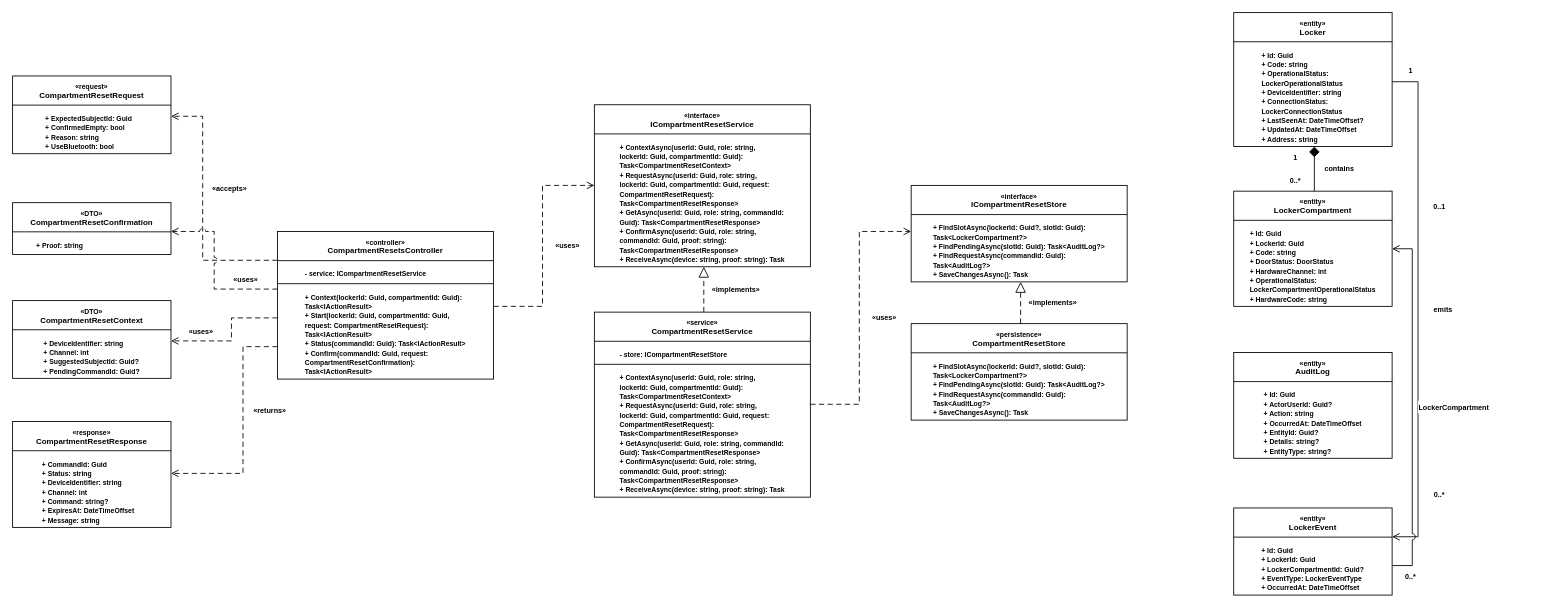
Earlier version of the draw.io diagram page "3.5.10 Safely Reset Locker Compartment - Class Diagram" (10 of 31) of RP4/drawio/RP4-3.5.drawio (se-05-sdlms/smart-locking-diagram). Source tidied: cells renumbered, new cells numbered last; positions are measured from the earlier drawing's top-left corner, leaving out a move shared by most shapes. Both pictures are drawn from the tidied source at 72%, with x=0, y=0 at pixel (12, 12).
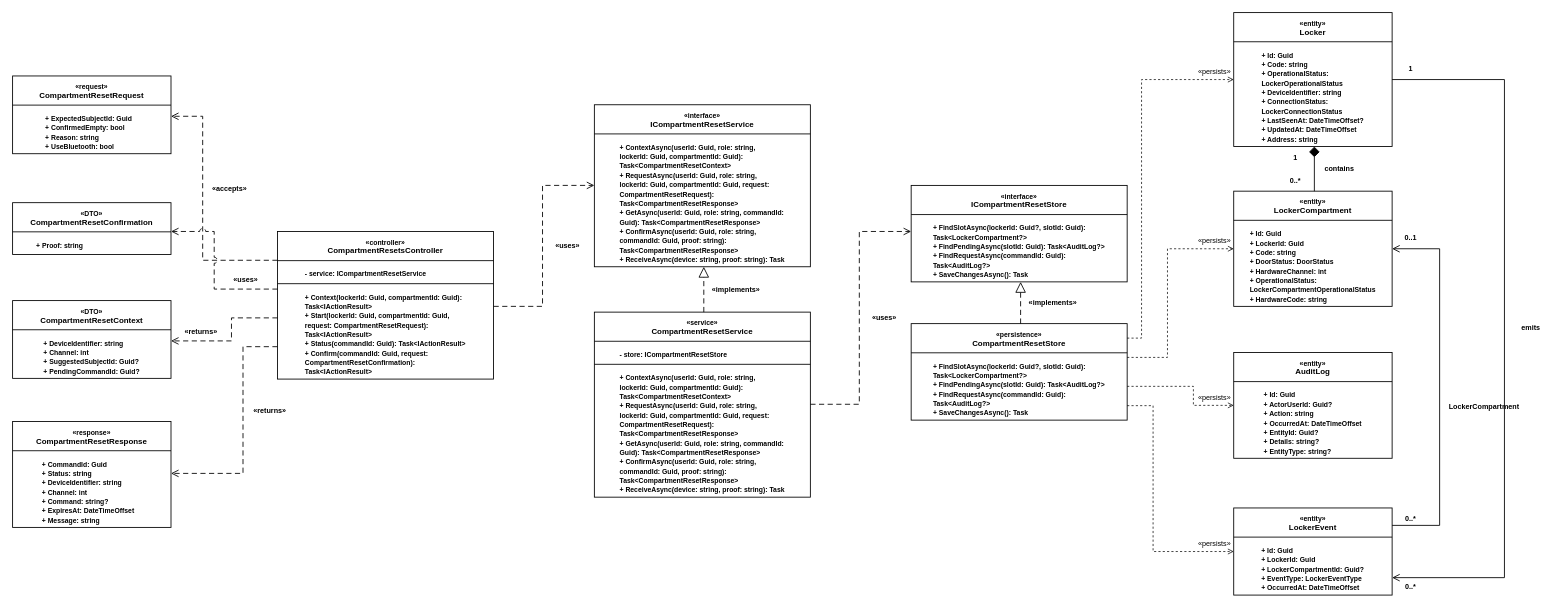
After the change.

Unchanged cells that the change refers to:
```xml
<mxCell id="6" value="&lt;div style=&quot;display:block;width:100%;text-align:center;padding:5px 0 6px;margin:0;height:29px;box-sizing:border-box&quot;&gt;&lt;b style=&quot;font-size:9.5px&quot;&gt;«persistence»&lt;/b&gt;&lt;br&gt;&lt;b style=&quot;font-size:11px&quot;&gt;CompartmentResetStore&lt;/b&gt;&lt;/div&gt;&lt;div style=&quot;height:11px&quot;&gt;&lt;/div&gt;&lt;div style=&quot;height:94px;box-sizing:border-box;padding:8px 8px 4px;margin:0;line-height:13px;font-size:9.5px;font-family:Arial,sans-serif;font-weight:bold;white-space:normal;text-align:left&quot;&gt;+ FindSlotAsync(lockerId: Guid?, slotId: Guid):&lt;br&gt;  Task&amp;lt;LockerCompartment?&amp;gt;&lt;br&gt;+ FindPendingAsync(slotId: Guid): Task&amp;lt;AuditLog?&amp;gt;&lt;br&gt;+ FindRequestAsync(commandId: Guid):&lt;br&gt;  Task&amp;lt;AuditLog?&amp;gt;&lt;br&gt;+ SaveChangesAsync(): Task&lt;/div&gt;" style="html=1;whiteSpace=wrap;fontFamily=Arial;fontSize=14;fontColor=#000000;shadow=0;whiteSpace=wrap;html=1;align=center;verticalAlign=top;spacing=0;spacingLeft=0;spacingRight=0;spacingTop=0;spacingBottom=0;fillColor=#FFFFFF;strokeColor=#000000;strokeWidth=1.2;fontColor=#000000;fontSize=9.5;fontFamily=Arial;fontStyle=1;rounded=0;" parent="1" vertex="1">
  <mxGeometry x="1248" y="432" width="300" height="134" as="geometry" />
</mxCell>
<mxCell id="7" value="&lt;div style=&quot;display:block;width:100%;text-align:center;padding:5px 0 6px;margin:0;height:29px;box-sizing:border-box&quot;&gt;&lt;b style=&quot;font-size:9.5px&quot;&gt;«entity»&lt;/b&gt;&lt;br&gt;&lt;b style=&quot;font-size:11px&quot;&gt;Locker&lt;/b&gt;&lt;/div&gt;&lt;div style=&quot;height:11px&quot;&gt;&lt;/div&gt;&lt;div style=&quot;height:146px;box-sizing:border-box;padding:8px 8px 4px;margin:0;line-height:13px;font-size:9.5px;font-family:Arial,sans-serif;font-weight:bold;white-space:normal;text-align:left&quot;&gt;+ Id: Guid&lt;br&gt;+ Code: string&lt;br&gt;+ OperationalStatus:&lt;br&gt;  LockerOperationalStatus&lt;br&gt;+ DeviceIdentifier: string&lt;br&gt;+ ConnectionStatus:&lt;br&gt;  LockerConnectionStatus&lt;br&gt;+ LastSeenAt: DateTimeOffset?&lt;br&gt;+ UpdatedAt: DateTimeOffset&lt;br&gt;+ Address: string&lt;/div&gt;" style="html=1;whiteSpace=wrap;fontFamily=Arial;fontSize=14;fontColor=#000000;shadow=0;whiteSpace=wrap;html=1;align=center;verticalAlign=top;spacing=0;spacingLeft=0;spacingRight=0;spacingTop=0;spacingBottom=0;fillColor=#FFFFFF;strokeColor=#000000;strokeWidth=1.2;fontColor=#000000;fontSize=9.5;fontFamily=Arial;fontStyle=1;rounded=0;" parent="1" vertex="1">
  <mxGeometry x="1696" width="220" height="186" as="geometry" />
</mxCell>
<mxCell id="8" value="&lt;div style=&quot;display:block;width:100%;text-align:center;padding:5px 0 6px;margin:0;height:29px;box-sizing:border-box&quot;&gt;&lt;b style=&quot;font-size:9.5px&quot;&gt;«entity»&lt;/b&gt;&lt;br&gt;&lt;b style=&quot;font-size:11px&quot;&gt;LockerCompartment&lt;/b&gt;&lt;/div&gt;&lt;div style=&quot;height:11px&quot;&gt;&lt;/div&gt;&lt;div style=&quot;height:120px;box-sizing:border-box;padding:8px 8px 4px;margin:0;line-height:13px;font-size:9.5px;font-family:Arial,sans-serif;font-weight:bold;white-space:normal;text-align:left&quot;&gt;+ Id: Guid&lt;br&gt;+ LockerId: Guid&lt;br&gt;+ Code: string&lt;br&gt;+ DoorStatus: DoorStatus&lt;br&gt;+ HardwareChannel: int&lt;br&gt;+ OperationalStatus:&lt;br&gt;  LockerCompartmentOperationalStatus&lt;br&gt;+ HardwareCode: string&lt;/div&gt;" style="html=1;whiteSpace=wrap;fontFamily=Arial;fontSize=14;fontColor=#000000;shadow=0;whiteSpace=wrap;html=1;align=center;verticalAlign=top;spacing=0;spacingLeft=0;spacingRight=0;spacingTop=0;spacingBottom=0;fillColor=#FFFFFF;strokeColor=#000000;strokeWidth=1.2;fontColor=#000000;fontSize=9.5;fontFamily=Arial;fontStyle=1;rounded=0;" parent="1" vertex="1">
  <mxGeometry x="1696" y="248" width="220" height="160" as="geometry" />
</mxCell>
<mxCell id="9" value="&lt;div style=&quot;display:block;width:100%;text-align:center;padding:5px 0 6px;margin:0;height:29px;box-sizing:border-box&quot;&gt;&lt;b style=&quot;font-size:9.5px&quot;&gt;«entity»&lt;/b&gt;&lt;br&gt;&lt;b style=&quot;font-size:11px&quot;&gt;AuditLog&lt;/b&gt;&lt;/div&gt;&lt;div style=&quot;height:11px&quot;&gt;&lt;/div&gt;&lt;div style=&quot;height:107px;box-sizing:border-box;padding:8px 8px 4px;margin:0;line-height:13px;font-size:9.5px;font-family:Arial,sans-serif;font-weight:bold;white-space:normal;text-align:left&quot;&gt;+ Id: Guid&lt;br&gt;+ ActorUserId: Guid?&lt;br&gt;+ Action: string&lt;br&gt;+ OccurredAt: DateTimeOffset&lt;br&gt;+ EntityId: Guid?&lt;br&gt;+ Details: string?&lt;br&gt;+ EntityType: string?&lt;/div&gt;" style="html=1;whiteSpace=wrap;fontFamily=Arial;fontSize=14;fontColor=#000000;shadow=0;whiteSpace=wrap;html=1;align=center;verticalAlign=top;spacing=0;spacingLeft=0;spacingRight=0;spacingTop=0;spacingBottom=0;fillColor=#FFFFFF;strokeColor=#000000;strokeWidth=1.2;fontColor=#000000;fontSize=9.5;fontFamily=Arial;fontStyle=1;rounded=0;" parent="1" vertex="1">
  <mxGeometry x="1696" y="472" width="220" height="147" as="geometry" />
</mxCell>
<mxCell id="10" value="&lt;div style=&quot;display:block;width:100%;text-align:center;padding:5px 0 6px;margin:0;height:29px;box-sizing:border-box&quot;&gt;&lt;b style=&quot;font-size:9.5px&quot;&gt;«entity»&lt;/b&gt;&lt;br&gt;&lt;b style=&quot;font-size:11px&quot;&gt;LockerEvent&lt;/b&gt;&lt;/div&gt;&lt;div style=&quot;height:11px&quot;&gt;&lt;/div&gt;&lt;div style=&quot;height:81px;box-sizing:border-box;padding:8px 8px 4px;margin:0;line-height:13px;font-size:9.5px;font-family:Arial,sans-serif;font-weight:bold;white-space:normal;text-align:left&quot;&gt;+ Id: Guid&lt;br&gt;+ LockerId: Guid&lt;br&gt;+ LockerCompartmentId: Guid?&lt;br&gt;+ EventType: LockerEventType&lt;br&gt;+ OccurredAt: DateTimeOffset&lt;/div&gt;" style="html=1;whiteSpace=wrap;fontFamily=Arial;fontSize=14;fontColor=#000000;shadow=0;whiteSpace=wrap;html=1;align=center;verticalAlign=top;spacing=0;spacingLeft=0;spacingRight=0;spacingTop=0;spacingBottom=0;fillColor=#FFFFFF;strokeColor=#000000;strokeWidth=1.2;fontColor=#000000;fontSize=9.5;fontFamily=Arial;fontStyle=1;rounded=0;" parent="1" vertex="1">
  <mxGeometry x="1696" y="688" width="220" height="121" as="geometry" />
</mxCell>
```

Diff of the diagram source:
```diff
@@
-    <mxCell id="28" value="«uses»" style="html=1;whiteSpace=wrap;fontFamily=Arial;fontSize=14;fontColor=#000000;shadow=0;text;fillColor=#FFFFFF;strokeColor=none;fontSize=10;fontStyle=1;fontColor=#000000;align=center;verticalAlign=middle;spacing=0;" parent="1" vertex="1">
+    <mxCell id="28" value="«returns»" style="html=1;whiteSpace=wrap;fontFamily=Arial;fontSize=14;fontColor=#000000;shadow=0;text;fillColor=#FFFFFF;strokeColor=none;fontSize=10;fontStyle=1;fontColor=#000000;align=center;verticalAlign=middle;spacing=0;" parent="1" vertex="1">
       <mxGeometry x="235" y="434" width="54" height="18" as="geometry" />
     </mxCell>
@@
-    <mxCell id="35" style="edgeStyle=orthogonalEdgeStyle;rounded=0;jettySize=auto;html=1;dashed=0;strokeWidth=1.2;strokeColor=#000000;startArrow=none;endArrow=open;endSize=8;endFill=0;fontColor=#000000;fontSize=10;fontStyle=1;labelBackgroundColor=#FFFFFF;jumpStyle=arc;jumpSize=8;exitX=1.0;exitY=0.5161290322580645;exitPerimeter=0;entryX=1.0;entryY=0.3305785123966942;entryPerimeter=0;" parent="1" edge="1" source="7" target="10">
+    <mxCell id="35" style="edgeStyle=orthogonalEdgeStyle;rounded=0;jettySize=auto;html=1;dashed=0;strokeWidth=1.2;strokeColor=#000000;startArrow=none;endArrow=open;endSize=8;endFill=0;fontColor=#000000;fontSize=10;fontStyle=1;labelBackgroundColor=#FFFFFF;jumpStyle=arc;jumpSize=8;exitX=1;exitY=0.5;entryX=1;entryY=0.8;exitPerimeter=0;entryPerimeter=0;" parent="1" edge="1" source="7" target="10">
       <mxGeometry relative="1" as="geometry">
         <Array as="points">
-          <mxPoint x="1952" y="96" />
-          <mxPoint x="1952" y="728" />
+          <mxPoint x="2072" y="93" />
+          <mxPoint x="2072" y="784.8" />
         </Array>
       </mxGeometry>
     </mxCell>
-    <mxCell id="36" value="emits" style="html=1;whiteSpace=wrap;fontFamily=Arial;fontSize=14;fontColor=#000000;shadow=0;text;fillColor=#FFFFFF;strokeColor=none;fontSize=10;fontStyle=1;fontColor=#000000;align=center;verticalAlign=middle;spacing=0;" parent="1" vertex="1">
-      <mxGeometry x="1960" y="403" width="54" height="18" as="geometry" />
+    <mxCell id="36" value="emits" style="html=1;whiteSpace=wrap;fontFamily=Arial;fontSize=14;fontColor=#000000;shadow=0;text;fillColor=none;strokeColor=none;fontSize=10;fontStyle=1;fontColor=#000000;align=center;verticalAlign=middle;spacing=0;" parent="1" vertex="1">
+      <mxGeometry x="2082" y="428" width="54" height="18" as="geometry" />
     </mxCell>
-    <mxCell id="37" value="1" style="html=1;whiteSpace=wrap;fontFamily=Arial;fontSize=14;fontColor=#000000;shadow=0;text;fillColor=#FFFFFF;strokeColor=none;fontSize=10;fontStyle=1;fontColor=#000000;align=center;verticalAlign=middle;spacing=0;" parent="1" vertex="1">
-      <mxGeometry x="1924" y="72" width="36" height="18" as="geometry" />
+    <mxCell id="37" value="1" style="html=1;whiteSpace=wrap;fontFamily=Arial;fontSize=14;fontColor=#000000;shadow=0;text;fillColor=none;strokeColor=none;fontSize=10;fontStyle=1;fontColor=#000000;align=center;verticalAlign=middle;spacing=0;" parent="1" vertex="1">
+      <mxGeometry x="1924" y="68" width="36" height="18" as="geometry" />
     </mxCell>
-    <mxCell id="38" value="0..*" style="html=1;whiteSpace=wrap;fontFamily=Arial;fontSize=14;fontColor=#000000;shadow=0;text;fillColor=#FFFFFF;strokeColor=none;fontSize=10;fontStyle=1;fontColor=#000000;align=center;verticalAlign=middle;spacing=0;" parent="1" vertex="1">
-      <mxGeometry x="1964" y="660" width="36" height="18" as="geometry" />
+    <mxCell id="38" value="0..*" style="html=1;whiteSpace=wrap;fontFamily=Arial;fontSize=14;fontColor=#000000;shadow=0;text;fillColor=none;strokeColor=none;fontSize=10;fontStyle=1;fontColor=#000000;align=center;verticalAlign=middle;spacing=0;" parent="1" vertex="1">
+      <mxGeometry x="1924" y="788" width="36" height="18" as="geometry" />
     </mxCell>
-    <mxCell id="39" style="edgeStyle=orthogonalEdgeStyle;rounded=0;jettySize=auto;html=1;dashed=0;strokeWidth=1.2;strokeColor=#000000;startArrow=none;endArrow=open;endSize=8;endFill=0;fontColor=#000000;fontSize=10;fontStyle=1;labelBackgroundColor=#FFFFFF;jumpStyle=arc;jumpSize=8;exitX=1.0;exitY=0.6611570247933884;exitPerimeter=0;entryX=1.0;entryY=0.5;entryPerimeter=0;" parent="1" edge="1" source="10" target="8">
+    <mxCell id="39" style="edgeStyle=orthogonalEdgeStyle;rounded=0;jettySize=auto;html=1;dashed=0;strokeWidth=1.2;strokeColor=#000000;startArrow=none;endArrow=open;endSize=8;endFill=0;fontColor=#000000;fontSize=10;fontStyle=1;labelBackgroundColor=#FFFFFF;jumpStyle=arc;jumpSize=8;exitX=1;exitY=0.2;entryX=1;entryY=0.5;exitPerimeter=0;entryPerimeter=0;" parent="1" edge="1" source="10" target="8">
       <mxGeometry relative="1" as="geometry">
         <Array as="points">
-          <mxPoint x="1944" y="768" />
-          <mxPoint x="1944" y="328" />
+          <mxPoint x="1982" y="712.2" />
+          <mxPoint x="1982" y="328" />
         </Array>
       </mxGeometry>
     </mxCell>
-    <mxCell id="40" value="LockerCompartment" style="html=1;whiteSpace=wrap;fontFamily=Arial;fontSize=14;fontColor=#000000;shadow=0;text;fillColor=#FFFFFF;strokeColor=none;fontSize=10;fontStyle=1;fontColor=#000000;align=center;verticalAlign=middle;spacing=0;" parent="1" vertex="1">
-      <mxGeometry x="1952" y="539" width="100.4" height="18" as="geometry" />
+    <mxCell id="40" value="LockerCompartment" style="html=1;whiteSpace=wrap;fontFamily=Arial;fontSize=14;fontColor=#000000;shadow=0;text;fillColor=none;strokeColor=none;fontSize=10;fontStyle=1;fontColor=#000000;align=center;verticalAlign=middle;spacing=0;" parent="1" vertex="1">
+      <mxGeometry x="1994" y="538" width="100.4" height="18" as="geometry" />
     </mxCell>
-    <mxCell id="41" value="0..*" style="html=1;whiteSpace=wrap;fontFamily=Arial;fontSize=14;fontColor=#000000;shadow=0;text;fillColor=#FFFFFF;strokeColor=none;fontSize=10;fontStyle=1;fontColor=#000000;align=center;verticalAlign=middle;spacing=0;" parent="1" vertex="1">
-      <mxGeometry x="1924" y="774" width="36" height="18" as="geometry" />
+    <mxCell id="41" value="0..*" style="html=1;whiteSpace=wrap;fontFamily=Arial;fontSize=14;fontColor=#000000;shadow=0;text;fillColor=none;strokeColor=none;fontSize=10;fontStyle=1;fontColor=#000000;align=center;verticalAlign=middle;spacing=0;" parent="1" vertex="1">
+      <mxGeometry x="1924" y="694" width="36" height="18" as="geometry" />
     </mxCell>
-    <mxCell id="42" value="0..1" style="html=1;whiteSpace=wrap;fontFamily=Arial;fontSize=14;fontColor=#000000;shadow=0;text;fillColor=#FFFFFF;strokeColor=none;fontSize=10;fontStyle=1;fontColor=#000000;align=center;verticalAlign=middle;spacing=0;" parent="1" vertex="1">
-      <mxGeometry x="1964" y="260" width="36" height="18" as="geometry" />
+    <mxCell id="42" value="0..1" style="html=1;whiteSpace=wrap;fontFamily=Arial;fontSize=14;fontColor=#000000;shadow=0;text;fillColor=none;strokeColor=none;fontSize=10;fontStyle=1;fontColor=#000000;align=center;verticalAlign=middle;spacing=0;" parent="1" vertex="1">
+      <mxGeometry x="1924" y="304" width="36" height="18" as="geometry" />
     </mxCell>
@@
+    <mxCell id="58" style="edgeStyle=orthogonalEdgeStyle;rounded=0;dashed=1;endArrow=open;endFill=0;html=1;strokeColor=#000000;fontColor=#000000;fontSize=10;labelBackgroundColor=none;exitX=1;exitY=0.15;entryX=0;entryY=0.5;exitPerimeter=0;entryPerimeter=0;" parent="1" edge="1" source="6" target="7">
+      <mxGeometry relative="1" as="geometry">
+        <Array as="points">
+          <mxPoint x="1568" y="452.1" />
+          <mxPoint x="1568" y="93" />
+        </Array>
+      </mxGeometry>
+    </mxCell>
+    <mxCell id="59" style="edgeStyle=orthogonalEdgeStyle;rounded=0;dashed=1;endArrow=open;endFill=0;html=1;strokeColor=#000000;fontColor=#000000;fontSize=10;labelBackgroundColor=none;exitX=1;exitY=0.35;entryX=0;entryY=0.5;exitPerimeter=0;entryPerimeter=0;" parent="1" edge="1" source="6" target="8">
+      <mxGeometry relative="1" as="geometry">
+        <Array as="points">
+          <mxPoint x="1604" y="478.9" />
+          <mxPoint x="1604" y="328" />
+        </Array>
+      </mxGeometry>
+    </mxCell>
+    <mxCell id="60" style="edgeStyle=orthogonalEdgeStyle;rounded=0;dashed=1;endArrow=open;endFill=0;html=1;strokeColor=#000000;fontColor=#000000;fontSize=10;labelBackgroundColor=none;exitX=1;exitY=0.65;entryX=0;entryY=0.5;exitPerimeter=0;entryPerimeter=0;" parent="1" edge="1" source="6" target="9">
+      <mxGeometry relative="1" as="geometry">
+        <Array as="points">
+          <mxPoint x="1640" y="519.1" />
+          <mxPoint x="1640" y="545.5" />
+        </Array>
+      </mxGeometry>
+    </mxCell>
+    <mxCell id="61" style="edgeStyle=orthogonalEdgeStyle;rounded=0;dashed=1;endArrow=open;endFill=0;html=1;strokeColor=#000000;fontColor=#000000;fontSize=10;labelBackgroundColor=none;exitX=1;exitY=0.85;entryX=0;entryY=0.5;exitPerimeter=0;entryPerimeter=0;" parent="1" edge="1" source="6" target="10">
+      <mxGeometry relative="1" as="geometry">
+        <Array as="points">
+          <mxPoint x="1584" y="545.9" />
+          <mxPoint x="1584" y="748.5" />
+        </Array>
+      </mxGeometry>
+    </mxCell>
+    <mxCell id="62" value="«persists»" style="text;html=1;fillColor=none;strokeColor=none;fontColor=#000000;fontSize=10;align=center;" parent="1" vertex="1">
+      <mxGeometry x="1644" y="70" width="50" height="18" as="geometry" />
+    </mxCell>
+    <mxCell id="63" value="«persists»" style="text;html=1;fillColor=none;strokeColor=none;fontColor=#000000;fontSize=10;align=center;" parent="1" vertex="1">
+      <mxGeometry x="1644" y="305" width="50" height="18" as="geometry" />
+    </mxCell>
+    <mxCell id="64" value="«persists»" style="text;html=1;fillColor=none;strokeColor=none;fontColor=#000000;fontSize=10;align=center;" parent="1" vertex="1">
+      <mxGeometry x="1644" y="522.5" width="50" height="18" as="geometry" />
+    </mxCell>
+    <mxCell id="65" value="«persists»" style="text;html=1;fillColor=none;strokeColor=none;fontColor=#000000;fontSize=10;align=center;" parent="1" vertex="1">
+      <mxGeometry x="1644" y="725.5" width="50" height="18" as="geometry" />
+    </mxCell>
```
